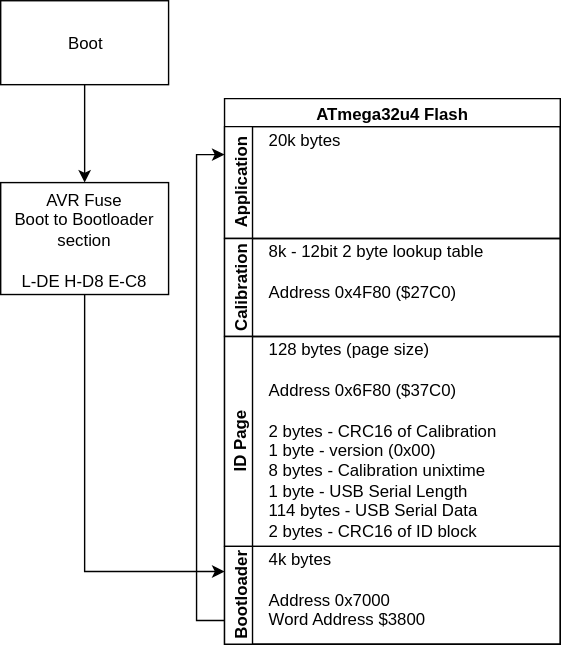
Before: docs/Boot Map.svg, a diagram exported from draw.io (cinderblock/3-Phase-Controller). Source tidied: cells renumbered, new cells last; positions are measured from the earlier drawing's top-left corner, leaving out a move shared by most shapes. The source it was exported from:
```xml
<mxGraphModel>
  <root>
    <mxCell id="0" />
    <mxCell id="1" parent="0" />
    <mxCell id="2" style="edgeStyle=orthogonalEdgeStyle;rounded=0;html=1;exitX=0.5;exitY=1;exitDx=0;exitDy=0;jettySize=auto;" parent="1" edge="1" source="3" target="5">
      <mxGeometry relative="1" as="geometry" />
    </mxCell>
    <mxCell id="3" value="Boot" style="rounded=0;whiteSpace=wrap;html=1;" parent="1" vertex="1">
      <mxGeometry width="120" height="60" as="geometry" />
    </mxCell>
    <mxCell id="4" style="edgeStyle=orthogonalEdgeStyle;rounded=0;html=1;exitX=0.5;exitY=1;exitDx=0;exitDy=0;entryX=0;entryY=0.25;entryDx=0;entryDy=0;jettySize=auto;" parent="1" edge="1" source="5" target="14">
      <mxGeometry relative="1" as="geometry" />
    </mxCell>
    <mxCell id="5" value="AVR Fuse&lt;br&gt;Boot to Bootloader section&lt;br&gt;&lt;br&gt;&lt;a href=&quot;http://eleccelerator.com/fusecalc/fusecalc.php?chip=atmega32u4&amp;amp;LOW=DE&amp;amp;HIGH=D8&amp;amp;EXTENDED=C8&quot;&gt;L-DE H-D8 E-C8&lt;/a&gt;&lt;br&gt;" style="rounded=0;whiteSpace=wrap;html=1;" parent="1" vertex="1">
      <mxGeometry y="130" width="120" height="80" as="geometry" />
    </mxCell>
    <mxCell id="6" value="ATmega32u4 Flash" style="swimlane;html=1;horizontal=1;startSize=20;" parent="1" vertex="1">
      <mxGeometry x="160" y="70" width="240" height="390" as="geometry" />
    </mxCell>
    <mxCell id="7" value="Application" style="swimlane;html=1;startSize=20;horizontal=0;" parent="6" vertex="1">
      <mxGeometry y="20" width="240" height="80" as="geometry" />
    </mxCell>
    <mxCell id="8" value="20k bytes" style="text;html=1;align=left;verticalAlign=top;spacingTop=-4;" parent="7" vertex="1">
      <mxGeometry x="30" width="70" height="20" as="geometry" />
    </mxCell>
    <mxCell id="9" value="Calibration" style="swimlane;html=1;startSize=20;horizontal=0;" parent="6" vertex="1">
      <mxGeometry y="100" width="240" height="70" as="geometry" />
    </mxCell>
    <mxCell id="10" value="8k - 12bit 2 byte lookup table&lt;br&gt;&lt;br&gt;Address 0x4F80 ($27C0)&lt;br&gt;" style="text;html=1;align=left;verticalAlign=top;spacingTop=-4;" parent="9" vertex="1">
      <mxGeometry x="30" width="170" height="40" as="geometry" />
    </mxCell>
    <mxCell id="11" value="ID Page&lt;br&gt;" style="swimlane;html=1;startSize=20;horizontal=0;" parent="6" vertex="1">
      <mxGeometry y="170" width="240" height="150" as="geometry" />
    </mxCell>
    <mxCell id="12" value="128 bytes (page size)&lt;br&gt;&lt;br&gt;Address 0x6F80 ($37C0)&lt;br&gt;&lt;br&gt;2 bytes - CRC16 of Calibration&lt;br&gt;1 byte - version (0x00)&lt;br&gt;8 bytes - Calibration unixtime&lt;br&gt;1 byte - USB Serial Length&lt;br&gt;114 bytes - USB Serial Data&lt;br&gt;2 bytes - CRC16 of ID block&lt;br&gt;" style="text;html=1;align=left;verticalAlign=top;spacingTop=-4;" parent="11" vertex="1">
      <mxGeometry x="30" width="180" height="140" as="geometry" />
    </mxCell>
    <mxCell id="13" style="edgeStyle=orthogonalEdgeStyle;rounded=0;html=1;exitX=0;exitY=0.75;exitDx=0;exitDy=0;entryX=0;entryY=0.25;entryDx=0;entryDy=0;jettySize=auto;" parent="6" edge="1" source="14" target="7">
      <mxGeometry relative="1" as="geometry" />
    </mxCell>
    <mxCell id="14" value="Bootloader" style="swimlane;html=1;startSize=20;horizontal=0;" parent="6" vertex="1">
      <mxGeometry y="320" width="240" height="70" as="geometry" />
    </mxCell>
    <mxCell id="15" value="4k bytes&lt;br&gt;&lt;br&gt;Address 0x7000&lt;br&gt;Word Address $3800&lt;br&gt;" style="text;html=1;align=left;verticalAlign=top;spacingTop=-4;" parent="14" vertex="1">
      <mxGeometry x="30" width="130" height="60" as="geometry" />
    </mxCell>
  </root>
</mxGraphModel>
```
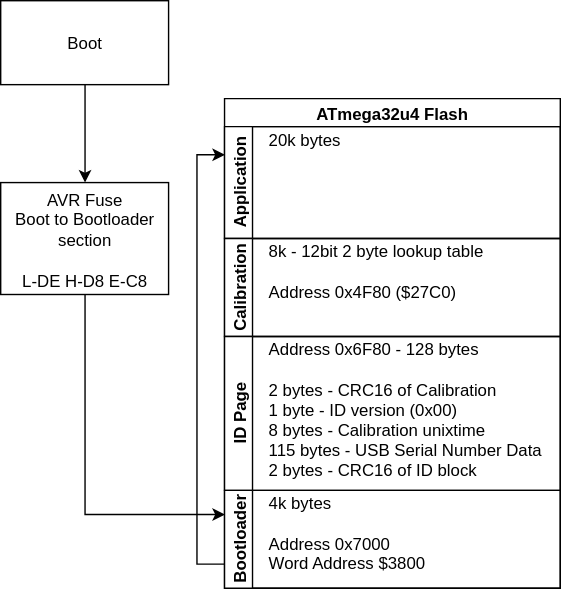
The same file after the commit.

What changed in the source:
```diff
@@ -1,4 +1,4 @@
-<mxGraphModel>
+<mxGraphModel background="#ffffff">
   <root>
     <mxCell id="0" />
     <mxCell id="1" parent="0" />
@@ -15,7 +15,7 @@
       <mxGeometry y="130" width="120" height="80" as="geometry" />
     </mxCell>
     <mxCell id="6" value="ATmega32u4 Flash" style="swimlane;html=1;horizontal=1;startSize=20;" parent="1" vertex="1">
-      <mxGeometry x="160" y="70" width="240" height="390" as="geometry" />
+      <mxGeometry x="160" y="70" width="240" height="350" as="geometry" />
     </mxCell>
     <mxCell id="7" value="Application" style="swimlane;html=1;startSize=20;horizontal=0;" parent="6" vertex="1">
       <mxGeometry y="20" width="240" height="80" as="geometry" />
@@ -30,16 +30,16 @@
       <mxGeometry x="30" width="170" height="40" as="geometry" />
     </mxCell>
     <mxCell id="11" value="ID Page&lt;br&gt;" style="swimlane;html=1;startSize=20;horizontal=0;" parent="6" vertex="1">
-      <mxGeometry y="170" width="240" height="150" as="geometry" />
+      <mxGeometry y="170" width="240" height="110" as="geometry" />
     </mxCell>
-    <mxCell id="12" value="128 bytes (page size)&lt;br&gt;&lt;br&gt;Address 0x6F80 ($37C0)&lt;br&gt;&lt;br&gt;2 bytes - CRC16 of Calibration&lt;br&gt;1 byte - version (0x00)&lt;br&gt;8 bytes - Calibration unixtime&lt;br&gt;1 byte - USB Serial Length&lt;br&gt;114 bytes - USB Serial Data&lt;br&gt;2 bytes - CRC16 of ID block&lt;br&gt;" style="text;html=1;align=left;verticalAlign=top;spacingTop=-4;" parent="11" vertex="1">
-      <mxGeometry x="30" width="180" height="140" as="geometry" />
+    <mxCell id="12" value="Address 0x6F80 - 128 bytes&lt;br&gt;&lt;br&gt;2 bytes - CRC16 of Calibration&lt;br&gt;1 byte - ID version (0x00)&lt;br&gt;8 bytes - Calibration unixtime&lt;br&gt;115 bytes - USB Serial Number Data&lt;br&gt;2 bytes - CRC16 of ID block&lt;br&gt;" style="text;html=1;align=left;verticalAlign=top;spacingTop=-4;" parent="11" vertex="1">
+      <mxGeometry x="30" width="210" height="100" as="geometry" />
     </mxCell>
     <mxCell id="13" style="edgeStyle=orthogonalEdgeStyle;rounded=0;html=1;exitX=0;exitY=0.75;exitDx=0;exitDy=0;entryX=0;entryY=0.25;entryDx=0;entryDy=0;jettySize=auto;" parent="6" edge="1" source="14" target="7">
       <mxGeometry relative="1" as="geometry" />
     </mxCell>
     <mxCell id="14" value="Bootloader" style="swimlane;html=1;startSize=20;horizontal=0;" parent="6" vertex="1">
-      <mxGeometry y="320" width="240" height="70" as="geometry" />
+      <mxGeometry y="280" width="240" height="70" as="geometry" />
     </mxCell>
     <mxCell id="15" value="4k bytes&lt;br&gt;&lt;br&gt;Address 0x7000&lt;br&gt;Word Address $3800&lt;br&gt;" style="text;html=1;align=left;verticalAlign=top;spacingTop=-4;" parent="14" vertex="1">
       <mxGeometry x="30" width="130" height="60" as="geometry" />
```
